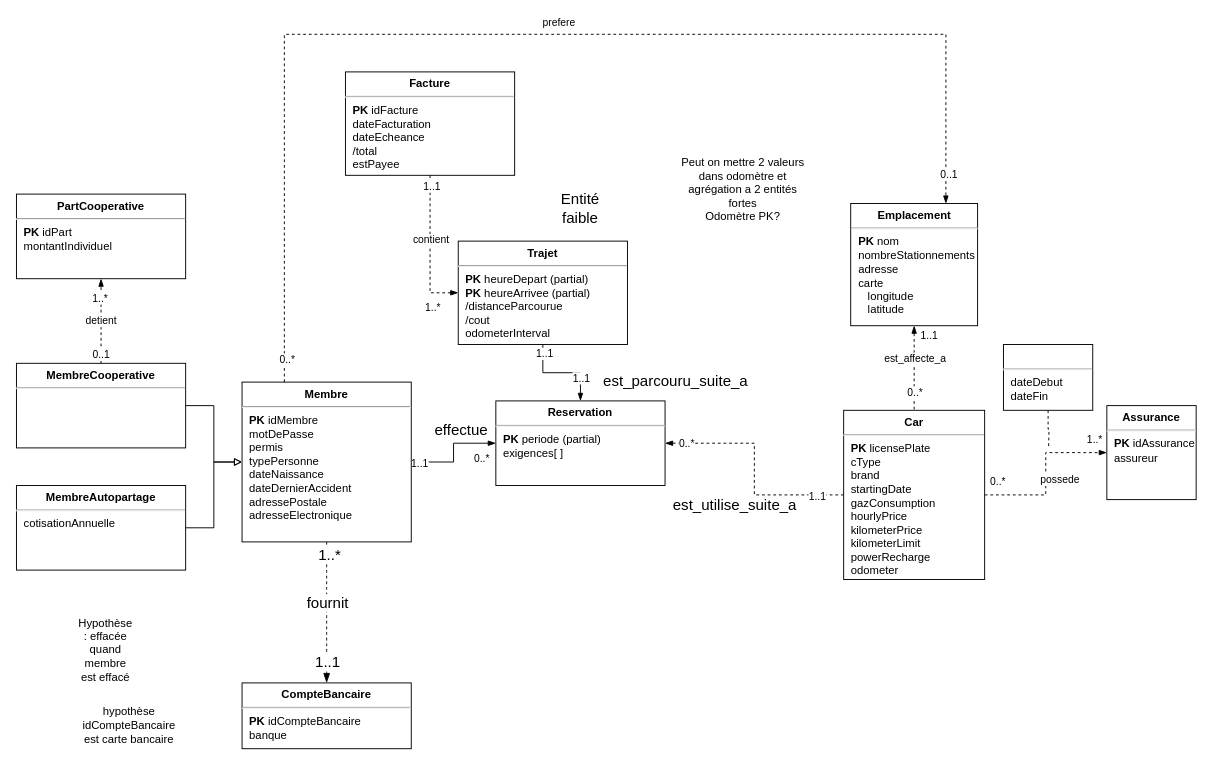
lyg2/Reservation-SQL keeps this draw.io diagram as page "Juliette" (2 of 2) of TP4.drawio. Above is the earlier version. Source tidied: cells renumbered, new cells numbered last; positions are measured from the earlier drawing's top-left corner, leaving out a move shared by most shapes. Both pictures are drawn from the tidied source at 94%, with x=0, y=0 at pixel (16, 34).
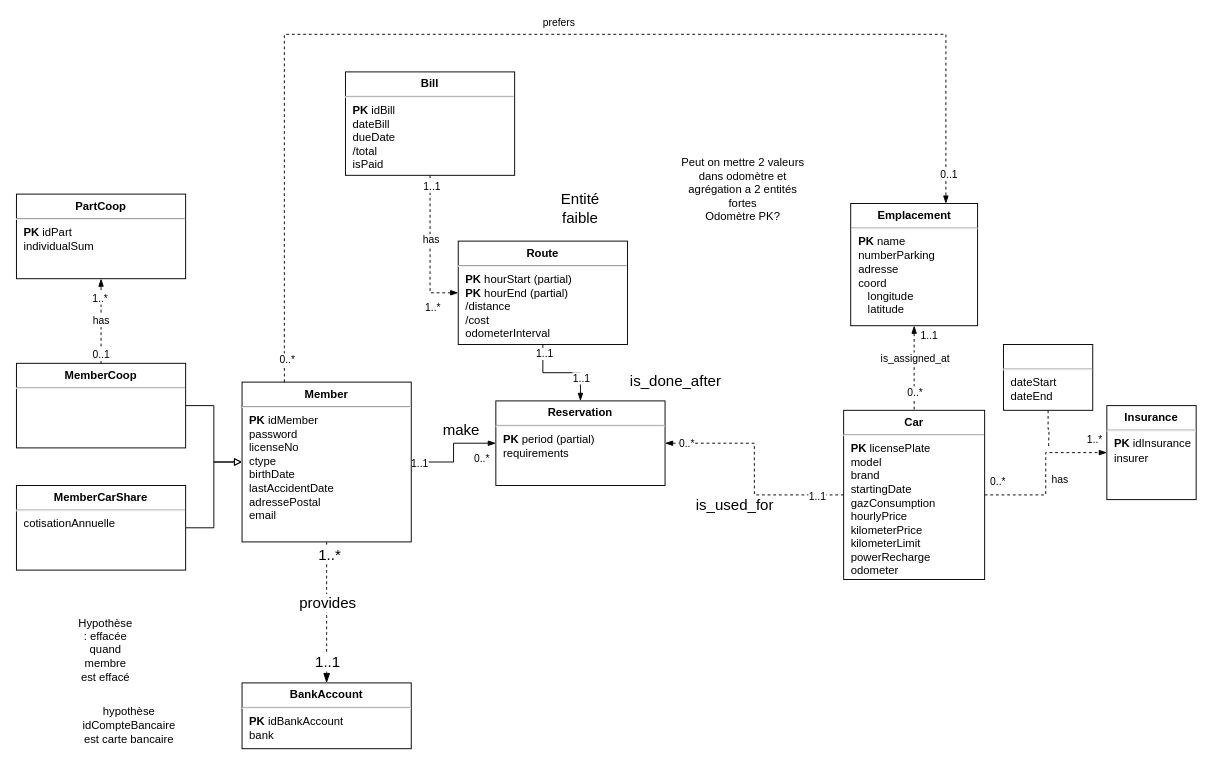
After the change.

Commit message:
Mettre à jour TP4.drawio

The change refers to these unchanged cells:
```xml
<mxCell id="7" style="edgeStyle=orthogonalEdgeStyle;rounded=0;jettySize=auto;html=1;entryX=0.5;entryY=0;entryDx=0;entryDy=0;dashed=1;endArrow=none;endFill=0;startArrow=blockThin;startFill=1;" parent="1" edge="1" source="11" target="5">
  <mxGeometry relative="1" as="geometry" />
</mxCell>
<mxCell id="17" style="edgeStyle=orthogonalEdgeStyle;rounded=0;jettySize=auto;html=1;exitX=1;exitY=0.5;exitDx=0;exitDy=0;entryX=0;entryY=0.5;entryDx=0;entryDy=0;endArrow=none;endFill=0;dashed=1;startArrow=blockThin;startFill=1;" parent="1" edge="1" source="52" target="5">
  <mxGeometry relative="1" as="geometry" />
</mxCell>
<mxCell id="21" style="edgeStyle=orthogonalEdgeStyle;rounded=0;jettySize=auto;html=1;exitX=0.5;exitY=1;exitDx=0;exitDy=0;entryX=0;entryY=0.5;entryDx=0;entryDy=0;endArrow=blockThin;dashed=1;endFill=1;" parent="1" edge="1" source="25" target="30">
  <mxGeometry relative="1" as="geometry" />
</mxCell>
<mxCell id="26" style="edgeStyle=orthogonalEdgeStyle;rounded=0;jettySize=auto;html=1;endArrow=blockThin;endFill=1;entryX=0.5;entryY=0;entryDx=0;entryDy=0;startArrow=none;startFill=0;" parent="1" edge="1" source="30" target="52">
  <mxGeometry relative="1" as="geometry" />
</mxCell>
<mxCell id="36" style="edgeStyle=orthogonalEdgeStyle;rounded=0;jettySize=auto;html=1;endArrow=blockThin;endFill=1;entryX=0;entryY=0.5;entryDx=0;entryDy=0;" parent="1" edge="1" source="44" target="52">
  <mxGeometry relative="1" as="geometry" />
</mxCell>
<mxCell id="40" style="edgeStyle=none;curved=1;rounded=0;jettySize=auto;html=1;entryX=0.5;entryY=0;entryDx=0;entryDy=0;fontSize=11;startSize=8;endSize=8;endArrow=blockThin;dashed=1;endFill=1;" parent="1" edge="1" source="44" target="46">
  <mxGeometry relative="1" as="geometry" />
</mxCell>
<mxCell id="47" style="edgeStyle=orthogonalEdgeStyle;rounded=0;jettySize=auto;html=1;entryX=0.75;entryY=0;entryDx=0;entryDy=0;exitX=0.25;exitY=0;exitDx=0;exitDy=0;endArrow=blockThin;dashed=1;endFill=1;" parent="1" edge="1" source="44" target="11">
  <mxGeometry relative="1" as="geometry">
    <Array as="points">
      <mxPoint x="285" />
      <mxPoint x="989" />
    </Array>
  </mxGeometry>
</mxCell>
```

What changed in the source:
```diff
@@
-    <mxCell id="2" value="possede" style="edgeStyle=orthogonalEdgeStyle;rounded=0;jettySize=auto;html=1;entryX=0;entryY=0.5;entryDx=0;entryDy=0;dashed=1;endArrow=blockThin;endFill=1;" parent="1" edge="1" source="5" target="6">
+    <mxCell id="2" value="has" style="edgeStyle=orthogonalEdgeStyle;rounded=0;jettySize=auto;html=1;entryX=0;entryY=0.5;entryDx=0;entryDy=0;dashed=1;endArrow=blockThin;endFill=1;" parent="1" edge="1" source="5" target="6">
       <mxGeometry x="-0.08" y="-15" relative="1" as="geometry" />
     </mxCell>
@@
-    <mxCell id="5" value="&lt;p style=&quot;margin:0px;margin-top:6px;text-align:center;&quot;&gt;&lt;b&gt;Car&lt;/b&gt;&lt;/p&gt;&lt;hr&gt;&lt;p style=&quot;margin:0px;margin-left:8px;&quot;&gt;&lt;b&gt;PK&lt;/b&gt; licensePlate&lt;/p&gt;&lt;p style=&quot;border-color: var(--border-color); margin: 0px 0px 0px 8px;&quot;&gt;cType&lt;/p&gt;&lt;p style=&quot;border-color: var(--border-color); margin: 0px 0px 0px 8px;&quot;&gt;brand&lt;/p&gt;&lt;p style=&quot;margin:0px;margin-left:8px;&quot;&gt;startingDate&lt;/p&gt;&lt;p style=&quot;margin:0px;margin-left:8px;&quot;&gt;gazConsumption&lt;/p&gt;&lt;p style=&quot;margin:0px;margin-left:8px;&quot;&gt;hourlyPrice&lt;/p&gt;&lt;p style=&quot;margin:0px;margin-left:8px;&quot;&gt;kilometerPrice&lt;/p&gt;&lt;p style=&quot;margin:0px;margin-left:8px;&quot;&gt;kilometerLimit&lt;/p&gt;&lt;p style=&quot;margin:0px;margin-left:8px;&quot;&gt;powerRecharge&lt;br&gt;&lt;/p&gt;&lt;p style=&quot;margin:0px;margin-left:8px;&quot;&gt;odometer&lt;/p&gt;&lt;p style=&quot;margin:0px;margin-left:8px;&quot;&gt;&lt;br&gt;&lt;/p&gt;" style="align=left;overflow=fill;html=1;" parent="1" vertex="1">
+    <mxCell id="5" value="&lt;p style=&quot;margin:0px;margin-top:6px;text-align:center;&quot;&gt;&lt;b&gt;Car&lt;/b&gt;&lt;/p&gt;&lt;hr&gt;&lt;p style=&quot;margin:0px;margin-left:8px;&quot;&gt;&lt;b&gt;PK&lt;/b&gt; licensePlate&lt;/p&gt;&lt;p style=&quot;border-color: var(--border-color); margin: 0px 0px 0px 8px;&quot;&gt;&lt;span style=&quot;background-color: initial;&quot;&gt;model&lt;br&gt;brand&lt;/span&gt;&lt;br&gt;&lt;/p&gt;&lt;p style=&quot;margin:0px;margin-left:8px;&quot;&gt;startingDate&lt;/p&gt;&lt;p style=&quot;margin:0px;margin-left:8px;&quot;&gt;gazConsumption&lt;/p&gt;&lt;p style=&quot;margin:0px;margin-left:8px;&quot;&gt;hourlyPrice&lt;/p&gt;&lt;p style=&quot;margin:0px;margin-left:8px;&quot;&gt;kilometerPrice&lt;/p&gt;&lt;p style=&quot;margin:0px;margin-left:8px;&quot;&gt;kilometerLimit&lt;/p&gt;&lt;p style=&quot;margin:0px;margin-left:8px;&quot;&gt;powerRecharge&lt;br&gt;&lt;/p&gt;&lt;p style=&quot;margin:0px;margin-left:8px;&quot;&gt;odometer&lt;/p&gt;&lt;p style=&quot;margin:0px;margin-left:8px;&quot;&gt;&lt;br&gt;&lt;/p&gt;" style="align=left;overflow=fill;html=1;" parent="1" vertex="1">
       <mxGeometry x="880" y="400" width="150" height="180" as="geometry" />
     </mxCell>
-    <mxCell id="6" value="&lt;p style=&quot;margin:0px;margin-top:6px;text-align:center;&quot;&gt;&lt;b&gt;Assurance&lt;/b&gt;&lt;/p&gt;&lt;hr&gt;&lt;p style=&quot;margin:0px;margin-left:8px;&quot;&gt;&lt;b&gt;PK&lt;/b&gt; idAssurance&lt;/p&gt;&lt;p style=&quot;margin:0px;margin-left:8px;&quot;&gt;assureur&lt;/p&gt;" style="align=left;overflow=fill;html=1;" parent="1" vertex="1">
+    <mxCell id="6" value="&lt;p style=&quot;margin:0px;margin-top:6px;text-align:center;&quot;&gt;&lt;b&gt;Insurance&lt;/b&gt;&lt;/p&gt;&lt;hr&gt;&lt;p style=&quot;margin:0px;margin-left:8px;&quot;&gt;&lt;b&gt;PK&lt;/b&gt; idInsurance&lt;/p&gt;&lt;p style=&quot;margin:0px;margin-left:8px;&quot;&gt;insurer&lt;/p&gt;" style="align=left;overflow=fill;html=1;" parent="1" vertex="1">
       <mxGeometry x="1160" y="395" width="95" height="100" as="geometry" />
     </mxCell>
@@
-    <mxCell id="8" value="est_affecte_a" style="edgeLabel;html=1;align=center;verticalAlign=middle;" parent="7" vertex="1">
+    <mxCell id="8" value="is_assigned_at" style="edgeLabel;html=1;align=center;verticalAlign=middle;" parent="7" vertex="1">
       <mxGeometry x="-0.25" relative="1" as="geometry" />
     </mxCell>
@@
-    <mxCell id="11" value="&lt;p style=&quot;margin:0px;margin-top:6px;text-align:center;&quot;&gt;&lt;b&gt;Emplacement&lt;/b&gt;&lt;/p&gt;&lt;hr&gt;&lt;p style=&quot;margin:0px;margin-left:8px;&quot;&gt;&lt;b&gt;PK&lt;/b&gt; nom&lt;/p&gt;&lt;p style=&quot;margin:0px;margin-left:8px;&quot;&gt;nombreStationnements&lt;/p&gt;&lt;p style=&quot;margin:0px;margin-left:8px;&quot;&gt;adresse&lt;/p&gt;&lt;p style=&quot;margin:0px;margin-left:8px;&quot;&gt;carte&lt;/p&gt;&lt;p style=&quot;margin:0px;margin-left:8px;&quot;&gt;&amp;nbsp; &amp;nbsp;longitude&lt;/p&gt;&lt;p style=&quot;margin:0px;margin-left:8px;&quot;&gt;&amp;nbsp; &amp;nbsp;latitude&lt;/p&gt;" style="align=left;overflow=fill;html=1;" parent="1" vertex="1">
+    <mxCell id="11" value="&lt;p style=&quot;margin:0px;margin-top:6px;text-align:center;&quot;&gt;&lt;b&gt;Emplacement&lt;/b&gt;&lt;/p&gt;&lt;hr&gt;&lt;p style=&quot;margin:0px;margin-left:8px;&quot;&gt;&lt;b&gt;PK&lt;/b&gt; name&lt;/p&gt;&lt;p style=&quot;margin:0px;margin-left:8px;&quot;&gt;numberParking&lt;/p&gt;&lt;p style=&quot;margin:0px;margin-left:8px;&quot;&gt;adresse&lt;/p&gt;&lt;p style=&quot;margin:0px;margin-left:8px;&quot;&gt;coord&lt;/p&gt;&lt;p style=&quot;margin:0px;margin-left:8px;&quot;&gt;&amp;nbsp; &amp;nbsp;longitude&lt;/p&gt;&lt;p style=&quot;margin:0px;margin-left:8px;&quot;&gt;&amp;nbsp; &amp;nbsp;latitude&lt;/p&gt;" style="align=left;overflow=fill;html=1;" parent="1" vertex="1">
       <mxGeometry x="887.5" y="180" width="135" height="130" as="geometry" />
     </mxCell>
-    <mxCell id="12" value="detient" style="edgeStyle=orthogonalEdgeStyle;rounded=0;jettySize=auto;html=1;entryX=0.5;entryY=1;entryDx=0;entryDy=0;endArrow=blockThin;dashed=1;endFill=1;" parent="1" edge="1" source="16" target="35">
+    <mxCell id="12" value="has" style="edgeStyle=orthogonalEdgeStyle;rounded=0;jettySize=auto;html=1;entryX=0.5;entryY=1;entryDx=0;entryDy=0;endArrow=blockThin;dashed=1;endFill=1;" parent="1" edge="1" source="16" target="35">
       <mxGeometry relative="1" as="geometry" />
     </mxCell>
@@
-    <mxCell id="16" value="&lt;p style=&quot;margin:0px;margin-top:6px;text-align:center;&quot;&gt;&lt;b&gt;MembreCooperative&lt;/b&gt;&lt;/p&gt;&lt;hr&gt;&lt;p style=&quot;margin:0px;margin-left:8px;&quot;&gt;&lt;br&gt;&lt;/p&gt;&lt;p style=&quot;margin:0px;margin-left:8px;&quot;&gt;&lt;br&gt;&lt;/p&gt;" style="align=left;overflow=fill;html=1;" parent="1" vertex="1">
+    <mxCell id="16" value="&lt;p style=&quot;margin:0px;margin-top:6px;text-align:center;&quot;&gt;&lt;b&gt;MemberCoop&lt;/b&gt;&lt;/p&gt;&lt;hr&gt;&lt;p style=&quot;margin:0px;margin-left:8px;&quot;&gt;&lt;br&gt;&lt;/p&gt;&lt;p style=&quot;margin:0px;margin-left:8px;&quot;&gt;&lt;br&gt;&lt;/p&gt;" style="align=left;overflow=fill;html=1;" parent="1" vertex="1">
       <mxGeometry y="350" width="180" height="90" as="geometry" />
     </mxCell>
@@
-    <mxCell id="18" value="est_utilise_suite_a" style="edgeLabel;html=1;align=center;verticalAlign=middle;fontSize=16;" parent="17" vertex="1">
+    <mxCell id="18" value="is_used_for" style="edgeLabel;html=1;align=center;verticalAlign=middle;fontSize=16;" parent="17" vertex="1">
       <mxGeometry x="-0.3" relative="1" as="geometry">
         <mxPoint x="-13" y="65" as="offset" />
       </mxGeometry>
     </mxCell>
@@
-    <mxCell id="22" value="contient" style="edgeLabel;html=1;align=center;verticalAlign=middle;" parent="21" vertex="1">
+    <mxCell id="22" value="has" style="edgeLabel;html=1;align=center;verticalAlign=middle;" parent="21" vertex="1">
       <mxGeometry x="-0.12" relative="1" as="geometry" />
     </mxCell>
@@
-    <mxCell id="25" value="&lt;p style=&quot;margin:0px;margin-top:6px;text-align:center;&quot;&gt;&lt;b&gt;Facture&lt;/b&gt;&lt;/p&gt;&lt;hr&gt;&lt;p style=&quot;margin:0px;margin-left:8px;&quot;&gt;&lt;b&gt;PK&lt;/b&gt; idFacture&lt;/p&gt;&lt;p style=&quot;margin:0px;margin-left:8px;&quot;&gt;dateFacturation&lt;/p&gt;&lt;p style=&quot;margin:0px;margin-left:8px;&quot;&gt;dateEcheance&lt;/p&gt;&lt;p style=&quot;margin:0px;margin-left:8px;&quot;&gt;/total&lt;/p&gt;&lt;p style=&quot;margin:0px;margin-left:8px;&quot;&gt;estPayee&lt;/p&gt;" style="align=left;overflow=fill;html=1;" parent="1" vertex="1">
+    <mxCell id="25" value="&lt;p style=&quot;margin:0px;margin-top:6px;text-align:center;&quot;&gt;&lt;b&gt;Bill&lt;/b&gt;&lt;/p&gt;&lt;hr&gt;&lt;p style=&quot;margin:0px;margin-left:8px;&quot;&gt;&lt;b&gt;PK&lt;/b&gt; idBill&lt;/p&gt;&lt;p style=&quot;margin:0px;margin-left:8px;&quot;&gt;dateBill&lt;/p&gt;&lt;p style=&quot;margin:0px;margin-left:8px;&quot;&gt;dueDate&lt;/p&gt;&lt;p style=&quot;margin:0px;margin-left:8px;&quot;&gt;/total&lt;/p&gt;&lt;p style=&quot;margin:0px;margin-left:8px;&quot;&gt;isPaid&lt;/p&gt;" style="align=left;overflow=fill;html=1;" parent="1" vertex="1">
       <mxGeometry x="350" y="40" width="180" height="110" as="geometry" />
     </mxCell>
@@
-    <mxCell id="27" value="est_parcouru_suite_a" style="edgeLabel;html=1;align=center;verticalAlign=middle;fontSize=16;" parent="26" vertex="1">
+    <mxCell id="27" value="is_done_after" style="edgeLabel;html=1;align=center;verticalAlign=middle;fontSize=16;" parent="26" vertex="1">
       <mxGeometry x="-0.24" relative="1" as="geometry">
         <mxPoint x="132" y="8" as="offset" />
       </mxGeometry>
     </mxCell>
@@
-    <mxCell id="30" value="&lt;p style=&quot;margin:0px;margin-top:6px;text-align:center;&quot;&gt;&lt;b&gt;Trajet&lt;/b&gt;&lt;/p&gt;&lt;hr&gt;&lt;p style=&quot;margin:0px;margin-left:8px;&quot;&gt;&lt;b&gt;PK&lt;/b&gt; heureDepart (partial)&lt;/p&gt;&lt;p style=&quot;margin:0px;margin-left:8px;&quot;&gt;&lt;b&gt;PK&lt;/b&gt; heureArrivee (partial)&lt;/p&gt;&lt;p style=&quot;margin:0px;margin-left:8px;&quot;&gt;/distanceParcourue&lt;/p&gt;&lt;p style=&quot;margin:0px;margin-left:8px;&quot;&gt;/cout&lt;/p&gt;&lt;p style=&quot;margin:0px;margin-left:8px;&quot;&gt;odometerInterval&lt;/p&gt;" style="align=left;overflow=fill;html=1;" parent="1" vertex="1">
+    <mxCell id="30" value="&lt;p style=&quot;margin:0px;margin-top:6px;text-align:center;&quot;&gt;&lt;b&gt;Route&lt;/b&gt;&lt;/p&gt;&lt;hr&gt;&lt;p style=&quot;margin:0px;margin-left:8px;&quot;&gt;&lt;b&gt;PK&lt;/b&gt; hourStart (partial)&lt;/p&gt;&lt;p style=&quot;margin:0px;margin-left:8px;&quot;&gt;&lt;b&gt;PK&lt;/b&gt; hourEnd (partial)&lt;/p&gt;&lt;p style=&quot;margin:0px;margin-left:8px;&quot;&gt;/distance&lt;/p&gt;&lt;p style=&quot;margin:0px;margin-left:8px;&quot;&gt;/cost&lt;/p&gt;&lt;p style=&quot;margin:0px;margin-left:8px;&quot;&gt;odometerInterval&lt;/p&gt;" style="align=left;overflow=fill;html=1;" parent="1" vertex="1">
       <mxGeometry x="470" y="220" width="180" height="110" as="geometry" />
     </mxCell>
@@
-    <mxCell id="32" value="&lt;p style=&quot;margin:0px;margin-top:6px;text-align:center;&quot;&gt;&lt;br&gt;&lt;/p&gt;&lt;hr&gt;&lt;p style=&quot;margin:0px;margin-left:8px;&quot;&gt;dateDebut&lt;/p&gt;&lt;p style=&quot;margin:0px;margin-left:8px;&quot;&gt;dateFin&lt;/p&gt;" style="align=left;overflow=fill;html=1;" parent="1" vertex="1">
+    <mxCell id="32" value="&lt;p style=&quot;margin:0px;margin-top:6px;text-align:center;&quot;&gt;&lt;br&gt;&lt;/p&gt;&lt;hr&gt;&lt;p style=&quot;margin:0px;margin-left:8px;&quot;&gt;dateStart&lt;/p&gt;&lt;p style=&quot;margin:0px;margin-left:8px;&quot;&gt;dateEnd&lt;/p&gt;" style="align=left;overflow=fill;html=1;" parent="1" vertex="1">
       <mxGeometry x="1050" y="330" width="95" height="70" as="geometry" />
     </mxCell>
@@
-    <mxCell id="34" value="&lt;p style=&quot;margin:0px;margin-top:6px;text-align:center;&quot;&gt;&lt;b&gt;MembreAutopartage&lt;/b&gt;&lt;/p&gt;&lt;hr&gt;&lt;p style=&quot;margin:0px;margin-left:8px;&quot;&gt;cotisationAnnuelle&lt;/p&gt;" style="align=left;overflow=fill;html=1;" parent="1" vertex="1">
+    <mxCell id="34" value="&lt;p style=&quot;margin:0px;margin-top:6px;text-align:center;&quot;&gt;&lt;b&gt;MemberCarShare&lt;/b&gt;&lt;/p&gt;&lt;hr&gt;&lt;p style=&quot;margin:0px;margin-left:8px;&quot;&gt;cotisationAnnuelle&lt;/p&gt;" style="align=left;overflow=fill;html=1;" parent="1" vertex="1">
       <mxGeometry y="480" width="180" height="90" as="geometry" />
     </mxCell>
-    <mxCell id="35" value="&lt;p style=&quot;margin:0px;margin-top:6px;text-align:center;&quot;&gt;&lt;b&gt;PartCooperative&lt;/b&gt;&lt;/p&gt;&lt;hr&gt;&lt;p style=&quot;margin:0px;margin-left:8px;&quot;&gt;&lt;b&gt;PK &lt;/b&gt;idPart&lt;/p&gt;&lt;p style=&quot;margin:0px;margin-left:8px;&quot;&gt;montantIndividuel&lt;/p&gt;&lt;p style=&quot;margin:0px;margin-left:8px;&quot;&gt;&lt;br&gt;&lt;/p&gt;" style="align=left;overflow=fill;html=1;" parent="1" vertex="1">
+    <mxCell id="35" value="&lt;p style=&quot;margin:0px;margin-top:6px;text-align:center;&quot;&gt;&lt;b&gt;PartCoop&lt;/b&gt;&lt;/p&gt;&lt;hr&gt;&lt;p style=&quot;margin:0px;margin-left:8px;&quot;&gt;&lt;b&gt;PK &lt;/b&gt;idPart&lt;/p&gt;&lt;p style=&quot;margin:0px;margin-left:8px;&quot;&gt;individualSum&lt;/p&gt;&lt;p style=&quot;margin:0px;margin-left:8px;&quot;&gt;&lt;br&gt;&lt;/p&gt;" style="align=left;overflow=fill;html=1;" parent="1" vertex="1">
       <mxGeometry y="170" width="180" height="90" as="geometry" />
     </mxCell>
@@
-    <mxCell id="37" value="effectue" style="edgeLabel;html=1;align=center;verticalAlign=middle;fontSize=16;" parent="36" vertex="1">
+    <mxCell id="37" value="make" style="edgeLabel;html=1;align=center;verticalAlign=middle;fontSize=16;" parent="36" vertex="1">
       <mxGeometry x="-0.38" relative="1" as="geometry">
         <mxPoint x="18" y="-35" as="offset" />
       </mxGeometry>
     </mxCell>
@@
-    <mxCell id="41" value="fournit" style="edgeLabel;html=1;align=center;verticalAlign=middle;fontSize=16;" parent="40" vertex="1">
+    <mxCell id="41" value="provides" style="edgeLabel;html=1;align=center;verticalAlign=middle;fontSize=16;" parent="40" vertex="1">
       <mxGeometry x="-0.15" relative="1" as="geometry" />
     </mxCell>
@@
-    <mxCell id="44" value="&lt;p style=&quot;margin:0px;margin-top:6px;text-align:center;&quot;&gt;&lt;b&gt;Membre&lt;/b&gt;&lt;/p&gt;&lt;hr&gt;&lt;p style=&quot;margin:0px;margin-left:8px;&quot;&gt;&lt;b&gt;PK &lt;/b&gt;idMembre&lt;/p&gt;&lt;p style=&quot;margin:0px;margin-left:8px;&quot;&gt;motDePasse&lt;/p&gt;&lt;p style=&quot;margin:0px;margin-left:8px;&quot;&gt;permis&lt;/p&gt;&lt;p style=&quot;margin:0px;margin-left:8px;&quot;&gt;typePersonne&lt;br&gt;&lt;/p&gt;&lt;p style=&quot;margin:0px;margin-left:8px;&quot;&gt;dateNaissance&lt;br&gt;&lt;/p&gt;&lt;p style=&quot;margin:0px;margin-left:8px;&quot;&gt;dateDernierAccident&lt;br&gt;&lt;/p&gt;&lt;p style=&quot;margin:0px;margin-left:8px;&quot;&gt;adressePostale&lt;/p&gt;&lt;p style=&quot;margin:0px;margin-left:8px;&quot;&gt;adresseElectronique&lt;/p&gt;&lt;p style=&quot;margin:0px;margin-left:8px;&quot;&gt;&lt;br&gt;&lt;/p&gt;" style="align=left;overflow=fill;html=1;" parent="1" vertex="1">
+    <mxCell id="44" value="&lt;p style=&quot;margin:0px;margin-top:6px;text-align:center;&quot;&gt;&lt;b&gt;Member&lt;/b&gt;&lt;/p&gt;&lt;hr&gt;&lt;p style=&quot;margin:0px;margin-left:8px;&quot;&gt;&lt;b&gt;PK &lt;/b&gt;idMember&lt;/p&gt;&lt;p style=&quot;margin:0px;margin-left:8px;&quot;&gt;password&lt;/p&gt;&lt;p style=&quot;margin:0px;margin-left:8px;&quot;&gt;licenseNo&lt;/p&gt;&lt;p style=&quot;margin:0px;margin-left:8px;&quot;&gt;ctype&lt;/p&gt;&lt;p style=&quot;margin:0px;margin-left:8px;&quot;&gt;birthDate&lt;br&gt;&lt;/p&gt;&lt;p style=&quot;margin:0px;margin-left:8px;&quot;&gt;lastAccidentDate&lt;br&gt;&lt;/p&gt;&lt;p style=&quot;margin:0px;margin-left:8px;&quot;&gt;adressePostal&lt;/p&gt;&lt;p style=&quot;margin:0px;margin-left:8px;&quot;&gt;email&lt;/p&gt;&lt;p style=&quot;margin:0px;margin-left:8px;&quot;&gt;&lt;br&gt;&lt;/p&gt;" style="align=left;overflow=fill;html=1;" parent="1" vertex="1">
       <mxGeometry x="240" y="370" width="180" height="170" as="geometry" />
     </mxCell>
@@
-    <mxCell id="46" value="&lt;p style=&quot;margin:0px;margin-top:6px;text-align:center;&quot;&gt;&lt;b&gt;CompteBancaire&lt;/b&gt;&lt;/p&gt;&lt;hr&gt;&lt;p style=&quot;margin:0px;margin-left:8px;&quot;&gt;&lt;b&gt;PK&lt;/b&gt; idCompteBancaire&lt;/p&gt;&lt;p style=&quot;margin:0px;margin-left:8px;&quot;&gt;banque&lt;/p&gt;&lt;p style=&quot;margin:0px;margin-left:8px;&quot;&gt;&lt;br&gt;&lt;/p&gt;" style="align=left;overflow=fill;html=1;" parent="1" vertex="1">
+    <mxCell id="46" value="&lt;p style=&quot;margin:0px;margin-top:6px;text-align:center;&quot;&gt;&lt;b&gt;BankAccount&lt;/b&gt;&lt;/p&gt;&lt;hr&gt;&lt;p style=&quot;margin:0px;margin-left:8px;&quot;&gt;&lt;b&gt;PK&lt;/b&gt; idBankAccount&lt;/p&gt;&lt;p style=&quot;margin:0px;margin-left:8px;&quot;&gt;bank&lt;/p&gt;" style="align=left;overflow=fill;html=1;" parent="1" vertex="1">
       <mxGeometry x="240" y="690" width="180" height="70" as="geometry" />
     </mxCell>
@@
-    <mxCell id="48" value="prefere" style="edgeLabel;html=1;align=center;verticalAlign=middle;" parent="47" vertex="1">
+    <mxCell id="48" value="prefers" style="edgeLabel;html=1;align=center;verticalAlign=middle;" parent="47" vertex="1">
       <mxGeometry x="0.06" y="2" relative="1" as="geometry">
         <mxPoint x="-4" y="-11" as="offset" />
       </mxGeometry>
     </mxCell>
@@
-    <mxCell id="52" value="&lt;p style=&quot;margin:0px;margin-top:6px;text-align:center;&quot;&gt;&lt;b&gt;Reservation&lt;/b&gt;&lt;/p&gt;&lt;hr&gt;&lt;p style=&quot;border-color: var(--border-color); margin: 0px 0px 0px 8px;&quot;&gt;&lt;b&gt;PK&lt;/b&gt; periode (partial)&lt;/p&gt;&lt;p style=&quot;border-color: var(--border-color); margin: 0px 0px 0px 8px;&quot;&gt;&lt;span style=&quot;background-color: initial;&quot;&gt;exigences[ ]&lt;/span&gt;&lt;/p&gt;" style="align=left;overflow=fill;html=1;" parent="1" vertex="1">
+    <mxCell id="52" value="&lt;p style=&quot;margin:0px;margin-top:6px;text-align:center;&quot;&gt;&lt;b&gt;Reservation&lt;/b&gt;&lt;/p&gt;&lt;hr&gt;&lt;p style=&quot;border-color: var(--border-color); margin: 0px 0px 0px 8px;&quot;&gt;&lt;b&gt;PK&lt;/b&gt; period (partial)&lt;/p&gt;&lt;p style=&quot;border-color: var(--border-color); margin: 0px 0px 0px 8px;&quot;&gt;&lt;span style=&quot;background-color: initial;&quot;&gt;requirements&lt;/span&gt;&lt;/p&gt;" style="align=left;overflow=fill;html=1;" parent="1" vertex="1">
       <mxGeometry x="510" y="390" width="180" height="90" as="geometry" />
     </mxCell>
```
